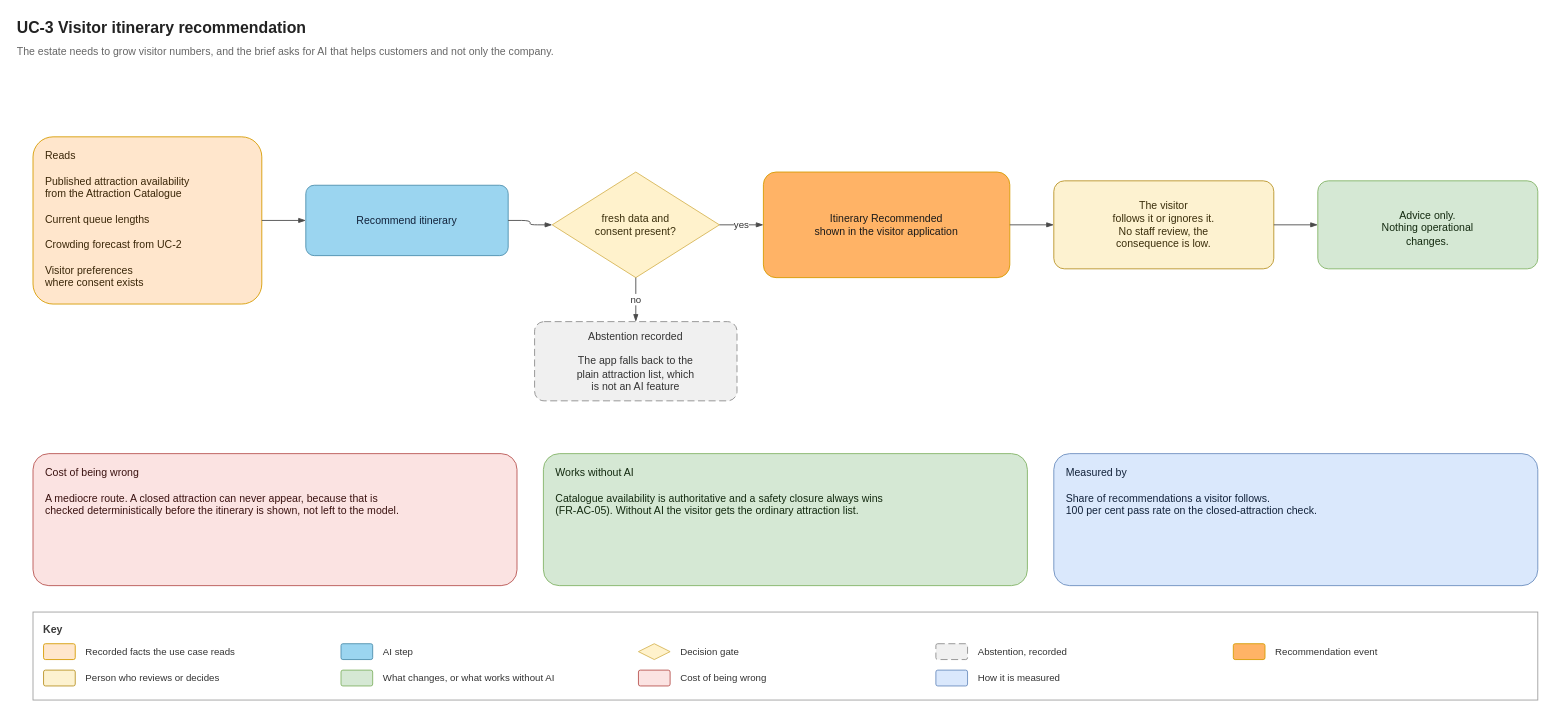
Before: page "UC-3 Visitor itinerary" (4 of 6) of diagrams/ai-decision-support.drawio in malloc37/ByteDojoArchiKata2026, a draw.io diagram. Source tidied: cells renumbered, new cells numbered last; positions are measured from the earlier drawing's top-left corner, leaving out a move shared by most shapes. Both pictures are drawn from the tidied source at 88%, with x=0, y=0 at pixel (15, 15).
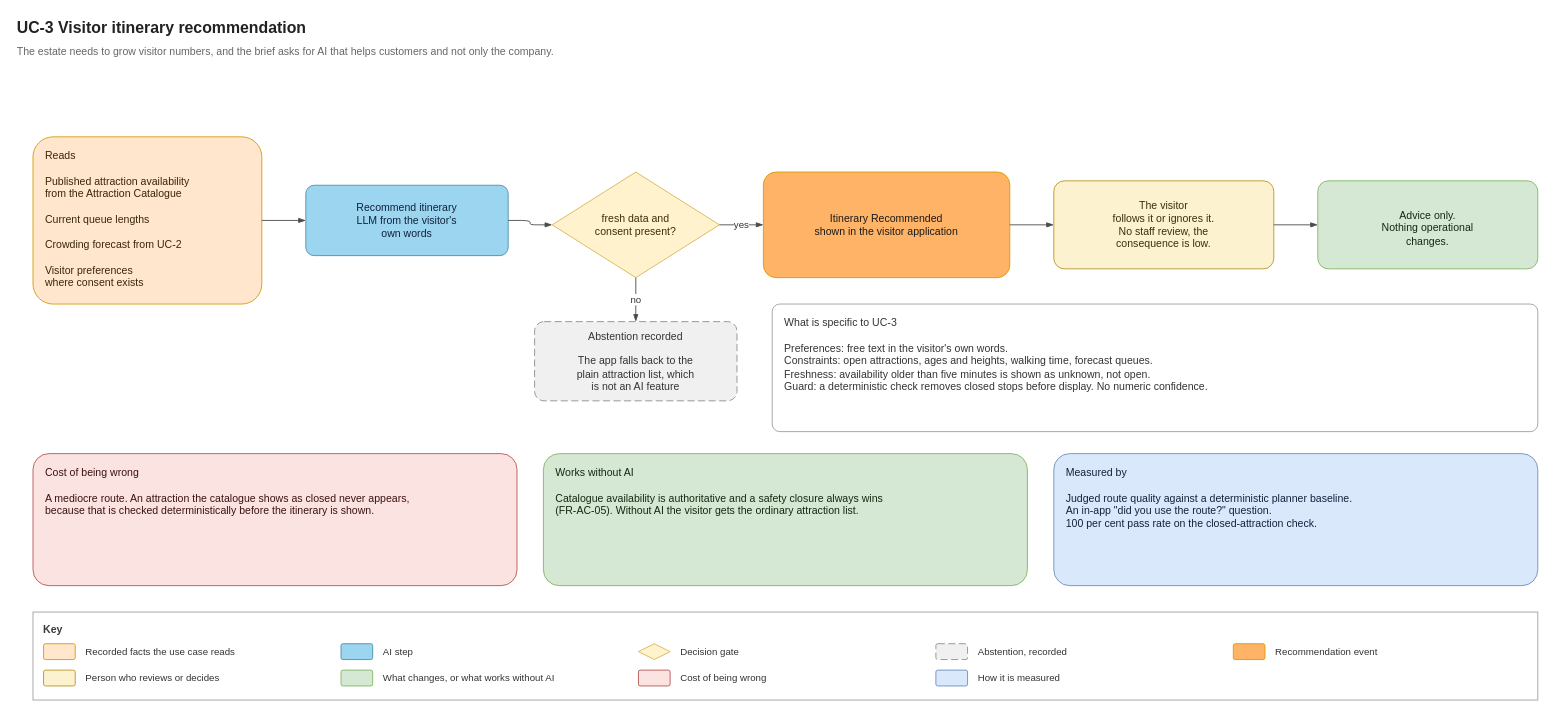
Above is the later version.

Change to the diagram source:
```diff
@@
-    <mxCell id="5" value="Recommend itinerary" style="rounded=1;whiteSpace=wrap;html=1;arcSize=12;fontSize=12;verticalAlign=middle;fillColor=#9BD5F0;strokeColor=#4D8FAD;fontColor=#12223A;" parent="1" vertex="1">
+    <mxCell id="5" value="Recommend itinerary&#10;LLM from the visitor's&#10;own words" style="rounded=1;whiteSpace=wrap;html=1;arcSize=12;fontSize=12;verticalAlign=middle;fillColor=#9BD5F0;strokeColor=#4D8FAD;fontColor=#12223A;" parent="1" vertex="1">
       <mxGeometry x="330" y="193" width="230" height="80" as="geometry" />
     </mxCell>
@@
-    <mxCell id="17" value="Cost of being wrong&#10;&#10;A mediocre route. A closed attraction can never appear, because that is&#10;checked deterministically before the itinerary is shown, not left to the model." style="rounded=1;whiteSpace=wrap;html=1;arcSize=12;fontSize=12;verticalAlign=middle;fillColor=#FBE3E2;strokeColor=#B85450;fontColor=#3A1210;align=left;spacingLeft=12;verticalAlign=top;spacingTop=8;" parent="1" vertex="1">
+    <mxCell id="17" value="Cost of being wrong&#10;&#10;A mediocre route. An attraction the catalogue shows as closed never appears,&#10;because that is checked deterministically before the itinerary is shown." style="rounded=1;whiteSpace=wrap;html=1;arcSize=12;fontSize=12;verticalAlign=middle;fillColor=#FBE3E2;strokeColor=#B85450;fontColor=#3A1210;align=left;spacingLeft=12;verticalAlign=top;spacingTop=8;" parent="1" vertex="1">
       <mxGeometry x="20" y="498" width="550" height="150" as="geometry" />
     </mxCell>
@@
-    <mxCell id="19" value="Measured by&#10;&#10;Share of recommendations a visitor follows.&#10;100 per cent pass rate on the closed-attraction check." style="rounded=1;whiteSpace=wrap;html=1;arcSize=12;fontSize=12;verticalAlign=middle;fillColor=#DAE8FC;strokeColor=#6C8EBF;fontColor=#12223A;align=left;spacingLeft=12;verticalAlign=top;spacingTop=8;" parent="1" vertex="1">
+    <mxCell id="19" value="Measured by&#10;&#10;Judged route quality against a deterministic planner baseline.&#10;An in-app &quot;did you use the route?&quot; question.&#10;100 per cent pass rate on the closed-attraction check." style="rounded=1;whiteSpace=wrap;html=1;arcSize=12;fontSize=12;verticalAlign=middle;fillColor=#DAE8FC;strokeColor=#6C8EBF;fontColor=#12223A;align=left;spacingLeft=12;verticalAlign=top;spacingTop=8;" parent="1" vertex="1">
       <mxGeometry x="1180" y="498" width="550" height="150" as="geometry" />
     </mxCell>
@@
+    <mxCell id="39" value="What is specific to UC-3&#10;&#10;Preferences: free text in the visitor's own words.&#10;Constraints: open attractions, ages and heights, walking time, forecast queues.&#10;Freshness: availability older than five minutes is shown as unknown, not open.&#10;Guard: a deterministic check removes closed stops before display. No numeric confidence." style="rounded=1;whiteSpace=wrap;html=1;arcSize=6;fontSize=12;fillColor=#FFFFFF;strokeColor=#9E9E9E;fontColor=#333333;align=left;verticalAlign=top;spacingLeft=12;spacingTop=8;" parent="1" vertex="1">
+      <mxGeometry x="860" y="328" width="870" height="145" as="geometry" />
+    </mxCell>
```
